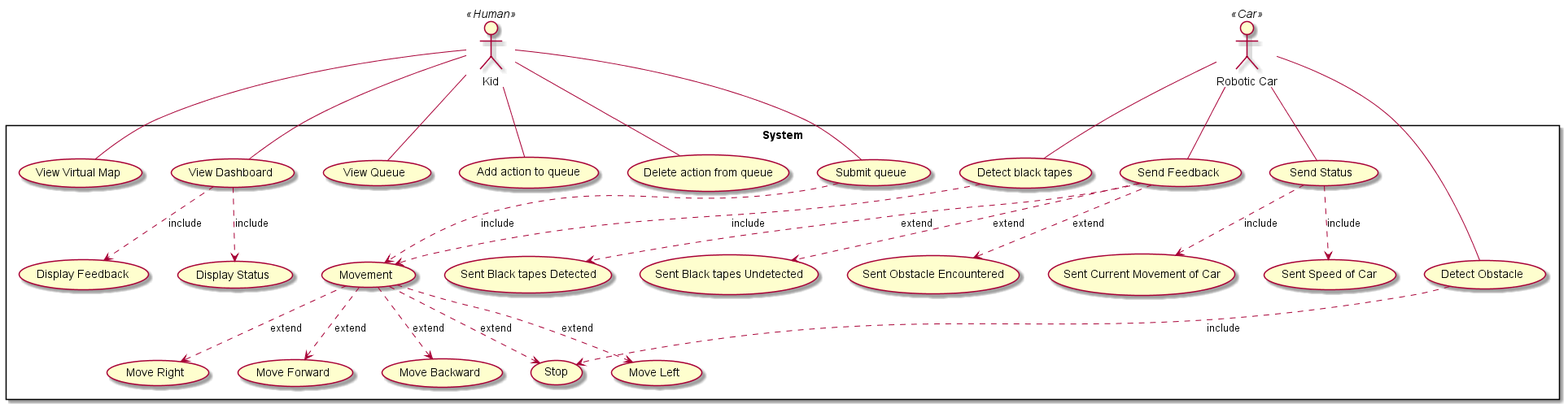
Before: Project Use-Case-Diagram.png, a diagram exported from PlantUML (DanielFYJ/2101-2201-Project).
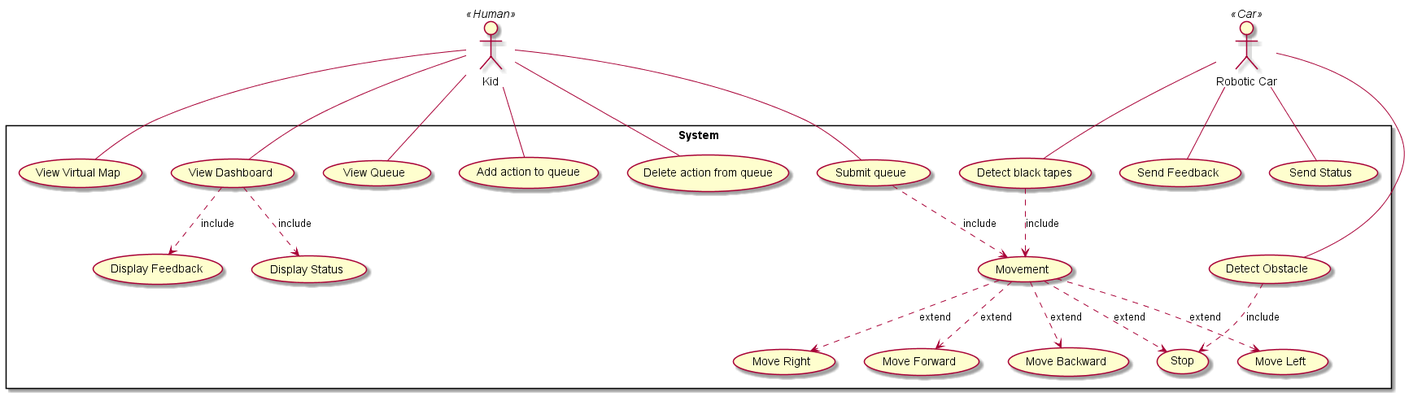
Above is the later version.

Change to the diagram source:
```diff
@@ -22,12 +22,6 @@
     usecase "Detect black tapes" as UC20
     usecase "Send Feedback" as UC22
     usecase "Send Status" as UC24
-    usecase "Sent Speed of Car" as UC25
-    usecase "Sent Current Movement of Car" as UC26
-    usecase "Sent Obstacle Encountered" as UC27
-    usecase "Sent Black tapes Detected" as UC28
-    usecase "Sent Black tapes Undetected" as UC29
-
 }
 
     Kid -- UC4
@@ -56,11 +50,4 @@
     UC11 ..> UC19 : extend
 
 
-    UC24 ..> UC25 : include
-    UC24 ..> UC26 : include
-    UC22 ..> UC27 : extend
-    UC22 ..> UC28 : extend
-    UC22 ..> UC29 : extend
-
-
 @enduml
```
